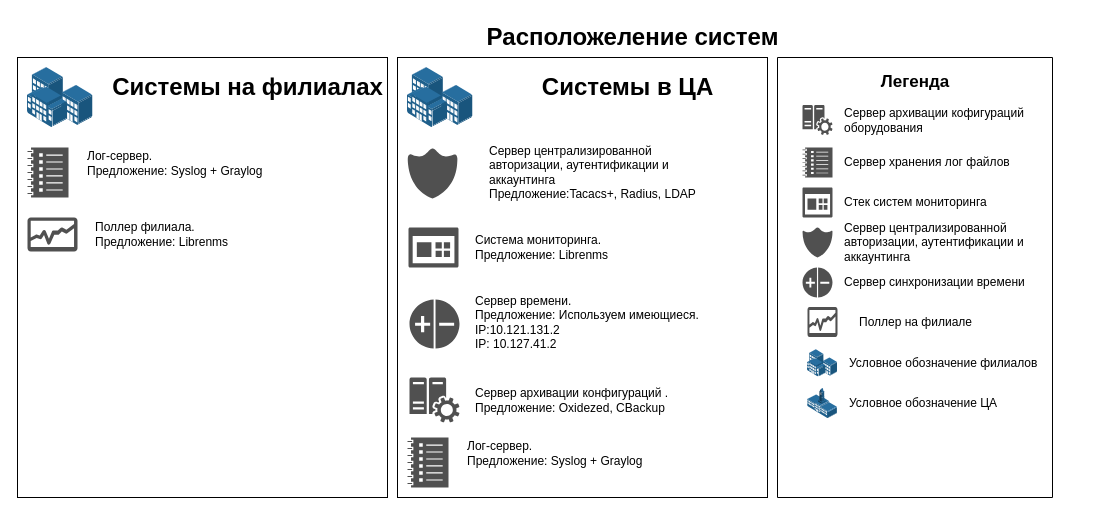
drycov/ttcArch keeps this draw.io diagram as page "Расположеление систем" (1 of 3) of cxem.drawio. Above is the earlier version. Source tidied: cells renumbered, new cells numbered last; positions are measured from the earlier drawing's top-left corner, leaving out a move shared by most shapes. Both pictures are drawn from the tidied source at 100%, with x=0, y=0 at pixel (17, 17).
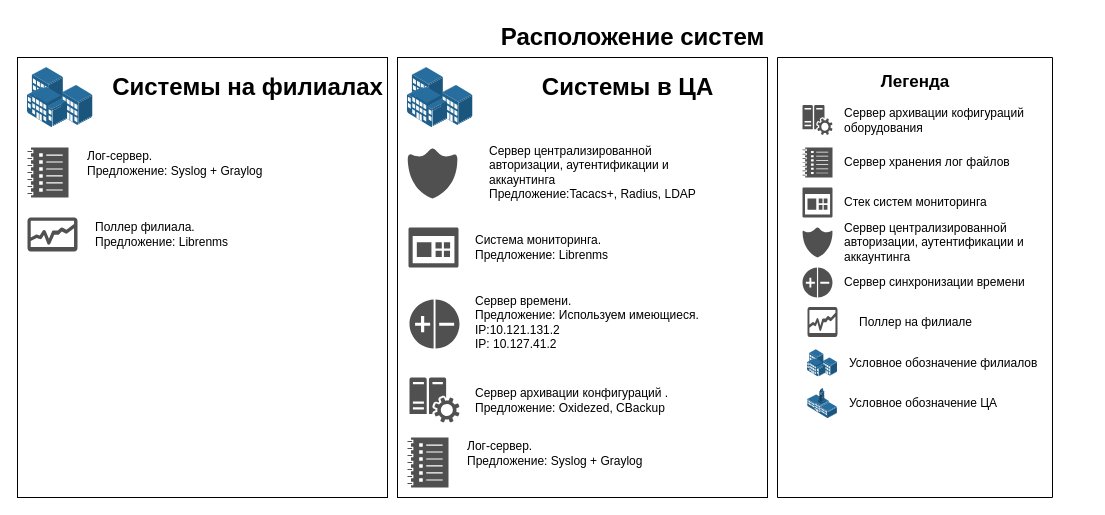
The same page after the edit.

Change to the diagram source:
```diff
@@
-    <mxCell id="2" value="Расположеление систем" style="text;strokeColor=none;fillColor=none;html=1;fontSize=24;fontStyle=1;verticalAlign=middle;align=center;" parent="1" vertex="1">
+    <mxCell id="2" value="Расположение систем" style="text;strokeColor=none;fillColor=none;html=1;fontSize=24;fontStyle=1;verticalAlign=middle;align=center;" parent="1" vertex="1">
       <mxGeometry x="410" width="410" height="40" as="geometry" />
     </mxCell>
```
